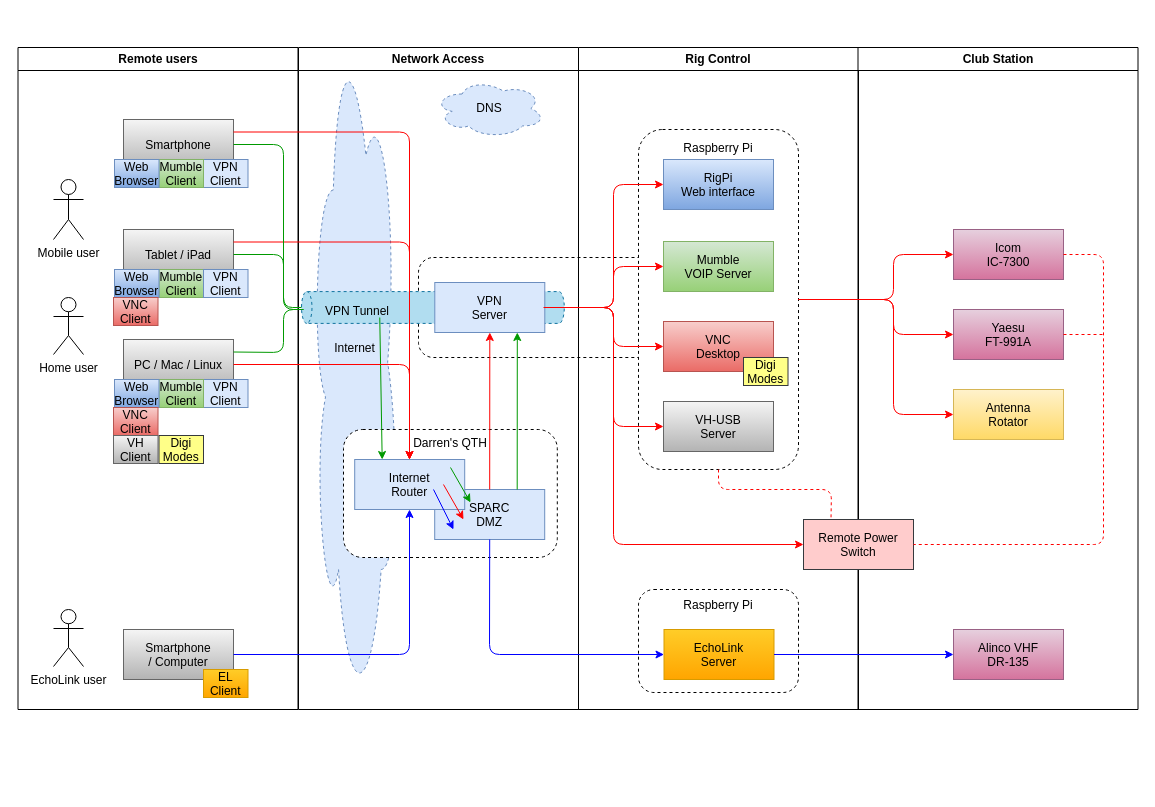
StevPem/SPARC-Club-Station-Remote-Control keeps this draw.io diagram as page "Component model" (2 of 2) of diagrams/SPARC Club Station Remote Control.drawio. Above is the earlier version. Source tidied: cells renumbered, new cells numbered last; positions are measured from the earlier drawing's top-left corner, leaving out a move shared by most shapes. Both pictures are drawn from the tidied source at 100%, with x=0, y=0 at pixel (17, 17).
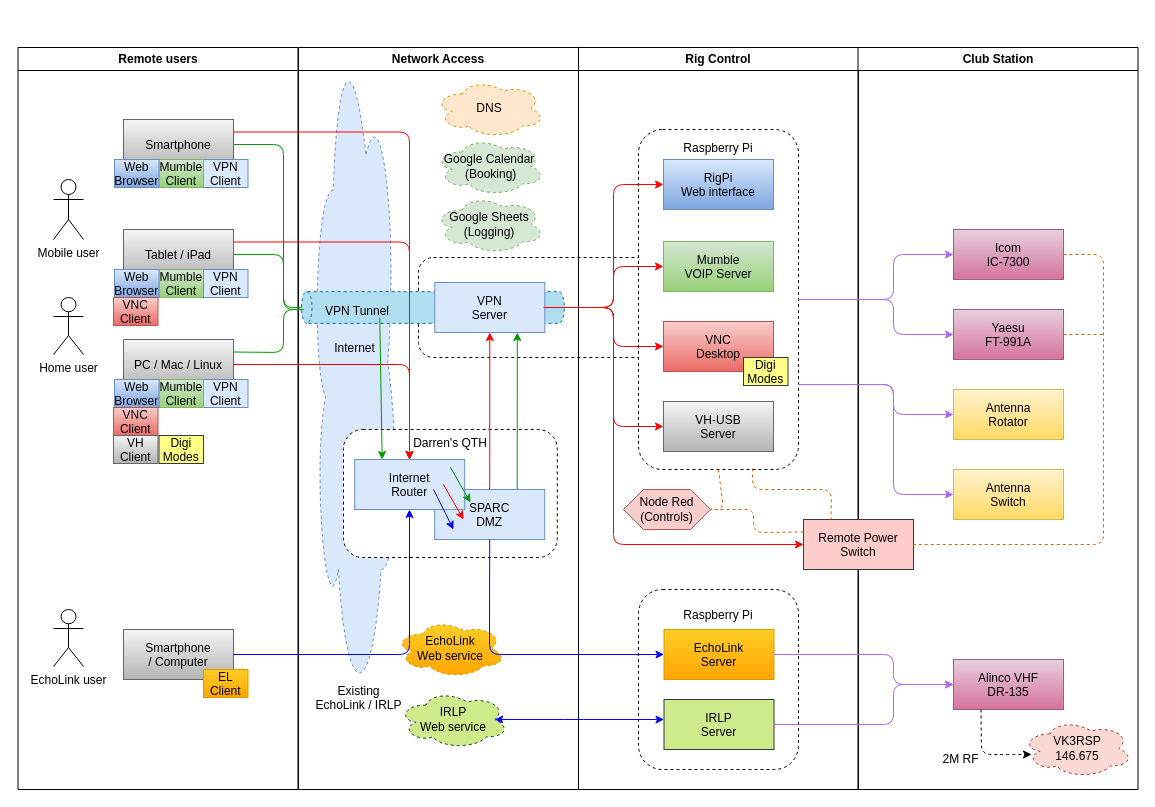
Above is the later version.

Unchanged cells that the change refers to:
```xml
<mxCell id="23" value="EchoLink&#10;Server" style="fillColor=#ffcd28;strokeColor=#d79b00;gradientColor=#ffa500;" parent="22" vertex="1">
  <mxGeometry x="85.5" y="582" width="110" height="50" as="geometry" />
</mxCell>
<mxCell id="25" value="&lt;div&gt;Raspberry Pi&lt;/div&gt;&lt;div&gt;&lt;br&gt;&lt;/div&gt;&lt;div&gt;&lt;br&gt;&lt;/div&gt;&lt;div&gt;&lt;br&gt;&lt;/div&gt;&lt;div&gt;&lt;br&gt;&lt;/div&gt;&lt;div&gt;&lt;br&gt;&lt;/div&gt;&lt;div&gt;&lt;br&gt;&lt;/div&gt;&lt;div&gt;&lt;br&gt;&lt;/div&gt;&lt;div&gt;&lt;br&gt;&lt;/div&gt;&lt;div&gt;&lt;br&gt;&lt;/div&gt;&lt;div&gt;&lt;br&gt;&lt;/div&gt;&lt;div&gt;&lt;br&gt;&lt;/div&gt;&lt;div&gt;&lt;br&gt;&lt;/div&gt;&lt;div&gt;&lt;br&gt;&lt;/div&gt;&lt;div&gt;&lt;br&gt;&lt;/div&gt;&lt;div&gt;&lt;br&gt;&lt;/div&gt;&lt;div&gt;&lt;br&gt;&lt;/div&gt;&lt;div&gt;&lt;br&gt;&lt;/div&gt;&lt;div&gt;&lt;br&gt;&lt;/div&gt;&lt;div&gt;&lt;br&gt;&lt;/div&gt;&lt;div&gt;&lt;br&gt;&lt;/div&gt;&lt;div&gt;&lt;br&gt;&lt;/div&gt;" style="rounded=1;whiteSpace=wrap;html=1;dashed=1;" parent="22" vertex="1">
  <mxGeometry x="60" y="82" width="160" height="340" as="geometry" />
</mxCell>
<mxCell id="33" value="Icom&#10;IC-7300" style="fillColor=#e6d0de;strokeColor=#996185;gradientColor=#d5739d;" parent="31" vertex="1">
  <mxGeometry x="95.5" y="182" width="110" height="50" as="geometry" />
</mxCell>
<mxCell id="34" value="Yaesu&#10;FT-991A" style="fillColor=#e6d0de;strokeColor=#996185;gradientColor=#d5739d;" parent="31" vertex="1">
  <mxGeometry x="95.5" y="262" width="110" height="50" as="geometry" />
</mxCell>
<mxCell id="35" value="Antenna&#10;Rotator" style="fillColor=#fff2cc;strokeColor=#d6b656;gradientColor=#ffd966;" parent="31" vertex="1">
  <mxGeometry x="95.5" y="342" width="110" height="50" as="geometry" />
</mxCell>
<mxCell id="50" value="Remote Power&#10;Switch" style="fillColor=#ffcccc;strokeColor=#36393d;" parent="1" vertex="1">
  <mxGeometry x="786" y="502" width="110" height="50" as="geometry" />
</mxCell>
```

Change to the diagram source:
```diff
@@
-    <mxCell id="2" value="&lt;div&gt;Raspberry Pi&lt;/div&gt;&lt;div&gt;&lt;br&gt;&lt;/div&gt;&lt;div&gt;&lt;br&gt;&lt;/div&gt;&lt;div&gt;&lt;br&gt;&lt;/div&gt;&lt;div&gt;&lt;br&gt;&lt;/div&gt;&lt;div&gt;&lt;br&gt;&lt;/div&gt;" style="rounded=1;whiteSpace=wrap;html=1;dashed=1;" parent="1" vertex="1">
-      <mxGeometry x="621" y="572" width="160" height="103" as="geometry" />
+    <mxCell id="2" value="&lt;div&gt;Raspberry Pi&lt;/div&gt;&lt;div&gt;&lt;br&gt;&lt;/div&gt;&lt;div&gt;&lt;br&gt;&lt;/div&gt;&lt;div&gt;&lt;br&gt;&lt;/div&gt;&lt;div&gt;&lt;br&gt;&lt;/div&gt;&lt;div&gt;&lt;br&gt;&lt;/div&gt;&lt;div&gt;&lt;br&gt;&lt;/div&gt;&lt;div&gt;&lt;br&gt;&lt;/div&gt;&lt;div&gt;&lt;br&gt;&lt;/div&gt;&lt;div&gt;&lt;br&gt;&lt;/div&gt;" style="rounded=1;whiteSpace=wrap;html=1;dashed=1;" parent="1" vertex="1">
+      <mxGeometry x="621" y="572" width="160" height="180" as="geometry" />
     </mxCell>
     <mxCell id="3" value="Remote users" style="swimlane;whiteSpace=wrap;" parent="1" vertex="1">
-      <mxGeometry x="0.5" y="30" width="280" height="662" as="geometry" />
+      <mxGeometry x="0.5" y="30" width="280" height="742" as="geometry" />
     </mxCell>
@@
     <mxCell id="22" value="Rig Control" style="swimlane;whiteSpace=wrap;" parent="1" vertex="1">
-      <mxGeometry x="561" y="30" width="280" height="662" as="geometry" />
+      <mxGeometry x="561" y="30" width="280" height="742" as="geometry" />
     </mxCell>
@@
+    <mxCell id="75" value="&lt;div&gt;Node Red&lt;/div&gt;&lt;div&gt;(Controls)&lt;br&gt;&lt;/div&gt;" style="shape=hexagon;perimeter=hexagonPerimeter2;whiteSpace=wrap;html=1;fixedSize=1;fillColor=#f8cecc;strokeColor=#b85450;" parent="22" vertex="1">
+      <mxGeometry x="45" y="442" width="87" height="40" as="geometry" />
+    </mxCell>
+    <mxCell id="76" style="endArrow=none;endFill=0;rounded=1;dashed=1;entryX=1;entryY=0.5;entryDx=0;entryDy=0;exitX=0.5;exitY=1;exitDx=0;exitDy=0;strokeColor=#CC6600;" parent="22" edge="1" source="25" target="75">
+      <mxGeometry relative="1" as="geometry">
+        <Array as="points">
+          <mxPoint x="145" y="462" />
+        </Array>
+      </mxGeometry>
+    </mxCell>
+    <mxCell id="77" value="IRLP&#10;Server" style="fillColor=#cdeb8b;strokeColor=#36393d;" parent="22" vertex="1">
+      <mxGeometry x="85.5" y="652" width="110" height="50" as="geometry" />
+    </mxCell>
     <mxCell id="31" value="Club Station" style="swimlane;whiteSpace=wrap;" parent="1" vertex="1">
-      <mxGeometry x="840.5" y="30" width="280" height="662" as="geometry" />
+      <mxGeometry x="840.5" y="30" width="280" height="742" as="geometry" />
     </mxCell>
     <mxCell id="32" value="Alinco VHF&#10;DR-135" style="fillColor=#e6d0de;strokeColor=#996185;gradientColor=#d5739d;" parent="31" vertex="1">
-      <mxGeometry x="95.5" y="582" width="110" height="50" as="geometry" />
+      <mxGeometry x="95.5" y="612" width="110" height="50" as="geometry" />
     </mxCell>
@@
-    <mxCell id="36" style="endArrow=none;strokeColor=#FF0000;rounded=1;dashed=1;exitX=1;exitY=0.5;exitDx=0;exitDy=0;endFill=0;" parent="31" edge="1" source="34">
+    <mxCell id="36" style="endArrow=none;strokeColor=#CC6600;rounded=1;dashed=1;exitX=1;exitY=0.5;exitDx=0;exitDy=0;endFill=0;" parent="31" edge="1" source="34">
       <mxGeometry relative="1" as="geometry">
         <mxPoint x="245.5" y="287" as="targetPoint" />
       </mxGeometry>
     </mxCell>
+    <mxCell id="78" value="Antenna&#10;Switch" style="fillColor=#fff2cc;strokeColor=#d6b656;gradientColor=#ffd966;" parent="31" vertex="1">
+      <mxGeometry x="95.5" y="422" width="110" height="50" as="geometry" />
+    </mxCell>
+    <mxCell id="79" value="VK3RSP&lt;br&gt;146.675" style="ellipse;shape=cloud;whiteSpace=wrap;html=1;rotation=0;fillColor=#fad9d5;strokeColor=#ae4132;dashed=1;" parent="31" vertex="1">
+      <mxGeometry x="164.5" y="672" width="110" height="58" as="geometry" />
+    </mxCell>
+    <mxCell id="80" style="endArrow=classic;html=1;entryX=0.082;entryY=0.603;entryDx=0;entryDy=0;exitX=0.25;exitY=1;exitDx=0;exitDy=0;entryPerimeter=0;dashed=1;" parent="31" edge="1" source="32" target="79">
+      <mxGeometry relative="1" as="geometry">
+        <Array as="points">
+          <mxPoint x="123.5" y="707" />
+          <mxPoint x="145.5" y="707" />
+        </Array>
+      </mxGeometry>
+    </mxCell>
+    <mxCell id="81" value="2M RF" style="text;whiteSpace=wrap;html=1;align=center;" parent="31" vertex="1">
+      <mxGeometry x="75.5" y="698" width="54.5" height="28" as="geometry" />
+    </mxCell>
@@
     <mxCell id="38" value="Network Access" style="swimlane;whiteSpace=wrap;" parent="1" vertex="1">
-      <mxGeometry x="281" y="30" width="280" height="662" as="geometry" />
+      <mxGeometry x="281" y="30" width="280" height="742" as="geometry" />
     </mxCell>
@@
-    <mxCell id="47" value="DNS" style="ellipse;shape=cloud;whiteSpace=wrap;html=1;dashed=1;rotation=0;fillColor=#dae8fc;strokeColor=#6c8ebf;" parent="38" vertex="1">
-      <mxGeometry x="136.1" y="32" width="110" height="58" as="geometry" />
+    <mxCell id="47" value="DNS" style="ellipse;shape=cloud;whiteSpace=wrap;html=1;dashed=1;rotation=0;fillColor=#ffe6cc;strokeColor=#d79b00;" parent="38" vertex="1">
+      <mxGeometry x="136.2" y="32" width="110" height="58" as="geometry" />
     </mxCell>
@@
+    <mxCell id="82" value="&lt;div&gt;Google Calendar&lt;br&gt;&lt;/div&gt;&amp;nbsp;(Booking)" style="ellipse;shape=cloud;whiteSpace=wrap;html=1;dashed=1;rotation=0;fillColor=#d5e8d4;strokeColor=#82b366;" parent="38" vertex="1">
+      <mxGeometry x="136.2" y="90" width="110" height="58" as="geometry" />
+    </mxCell>
+    <mxCell id="83" value="&lt;div&gt;Google Sheets&lt;/div&gt;&lt;div&gt;(Logging)&lt;/div&gt;" style="ellipse;shape=cloud;whiteSpace=wrap;html=1;dashed=1;rotation=0;fillColor=#d5e8d4;strokeColor=#82b366;" parent="38" vertex="1">
+      <mxGeometry x="136.2" y="148" width="110" height="58" as="geometry" />
+    </mxCell>
+    <mxCell id="84" value="&lt;div&gt;EchoLink&lt;/div&gt;&lt;div&gt;Web service&lt;br&gt;&lt;/div&gt;" style="ellipse;shape=cloud;whiteSpace=wrap;html=1;rotation=0;fillColor=#ffcd28;strokeColor=#d79b00;gradientColor=#ffa500;dashed=1;" parent="38" vertex="1">
+      <mxGeometry x="96.9" y="572" width="110" height="58" as="geometry" />
+    </mxCell>
+    <mxCell id="85" value="&lt;div&gt;IRLP&lt;/div&gt;&lt;div&gt;Web service&lt;br&gt;&lt;/div&gt;" style="ellipse;shape=cloud;whiteSpace=wrap;html=1;rotation=0;fillColor=#cdeb8b;strokeColor=#36393d;dashed=1;" parent="38" vertex="1">
+      <mxGeometry x="100" y="643" width="110" height="58" as="geometry" />
+    </mxCell>
+    <mxCell id="86" value="&lt;div align=&quot;center&quot;&gt;Existing EchoLink / IRLP&lt;br&gt;&lt;/div&gt;" style="text;whiteSpace=wrap;html=1;align=center;" parent="38" vertex="1">
+      <mxGeometry x="13.1" y="630" width="94.5" height="38" as="geometry" />
+    </mxCell>
@@
-    <mxCell id="52" style="endArrow=none;strokeColor=#FF0000;endFill=0;rounded=1;dashed=1;entryX=0.25;entryY=0;entryDx=0;entryDy=0;exitX=0.5;exitY=1;exitDx=0;exitDy=0;" parent="1" edge="1" source="25" target="50">
+    <mxCell id="52" style="endArrow=none;endFill=0;rounded=1;dashed=1;entryX=0.25;entryY=0;entryDx=0;entryDy=0;exitX=0.713;exitY=0.997;exitDx=0;exitDy=0;strokeColor=#CC6600;exitPerimeter=0;" parent="1" edge="1" source="25" target="50">
       <mxGeometry relative="1" as="geometry">
         <Array as="points">
-          <mxPoint x="701" y="472" />
+          <mxPoint x="735" y="472" />
           <mxPoint x="814" y="472" />
         </Array>
       </mxGeometry>
     </mxCell>
-    <mxCell id="53" style="endArrow=none;strokeColor=#FF0000;rounded=1;exitX=1;exitY=0.5;exitDx=0;exitDy=0;entryX=1;entryY=0.5;entryDx=0;entryDy=0;dashed=1;endFill=0;" parent="1" edge="1" source="33" target="50">
+    <mxCell id="53" style="endArrow=none;strokeColor=#CC6600;rounded=1;exitX=1;exitY=0.5;exitDx=0;exitDy=0;entryX=1;entryY=0.5;entryDx=0;entryDy=0;dashed=1;endFill=0;" parent="1" edge="1" source="33" target="50">
       <mxGeometry relative="1" as="geometry">
         <Array as="points">
           <mxPoint x="1086" y="237" />
           <mxPoint x="1086" y="527" />
         </Array>
       </mxGeometry>
     </mxCell>
-    <mxCell id="54" style="edgeStyle=elbowEdgeStyle;elbow=horizontal;strokeColor=#FF0000;endArrow=classic;rounded=1;entryX=0;entryY=0.5;entryDx=0;entryDy=0;exitX=1;exitY=0.5;exitDx=0;exitDy=0;" parent="1" edge="1" source="25" target="35">
+    <mxCell id="54" style="edgeStyle=elbowEdgeStyle;elbow=horizontal;strokeColor=#B266FF;endArrow=classic;rounded=1;entryX=0;entryY=0.5;entryDx=0;entryDy=0;exitX=1;exitY=0.75;exitDx=0;exitDy=0;" parent="1" edge="1" source="25" target="35">
       <mxGeometry relative="1" as="geometry">
         <Array as="points">
           <mxPoint x="876" y="342" />
           <mxPoint x="556" y="543.6" />
           <mxPoint x="500.5" y="472.6" />
         </Array>
       </mxGeometry>
     </mxCell>
-    <mxCell id="55" style="edgeStyle=elbowEdgeStyle;elbow=horizontal;strokeColor=#FF0000;endArrow=classic;rounded=1;entryX=0;entryY=0.5;entryDx=0;entryDy=0;exitX=1;exitY=0.5;exitDx=0;exitDy=0;" parent="1" edge="1" source="25" target="34">
+    <mxCell id="55" style="edgeStyle=elbowEdgeStyle;elbow=horizontal;strokeColor=#B266FF;endArrow=classic;rounded=1;entryX=0;entryY=0.5;entryDx=0;entryDy=0;exitX=1;exitY=0.5;exitDx=0;exitDy=0;" parent="1" edge="1" source="25" target="34">
       <mxGeometry relative="1" as="geometry">
         <Array as="points">
           <mxPoint x="876" y="307" />
           <mxPoint x="566" y="553.6" />
           <mxPoint x="510.5" y="482.6" />
         </Array>
       </mxGeometry>
     </mxCell>
-    <mxCell id="56" style="edgeStyle=elbowEdgeStyle;elbow=horizontal;strokeColor=#FF0000;endArrow=classic;rounded=1;entryX=0;entryY=0.5;entryDx=0;entryDy=0;exitX=1;exitY=0.5;exitDx=0;exitDy=0;" parent="1" edge="1" source="25" target="33">
+    <mxCell id="56" style="edgeStyle=elbowEdgeStyle;elbow=horizontal;endArrow=classic;rounded=1;entryX=0;entryY=0.5;entryDx=0;entryDy=0;exitX=1;exitY=0.5;exitDx=0;exitDy=0;strokeColor=#B266FF;" parent="1" edge="1" source="25" target="33">
       <mxGeometry relative="1" as="geometry">
         <Array as="points">
           <mxPoint x="876" y="282" />
           <mxPoint x="586" y="573.6" />
           <mxPoint x="530.5" y="502.6" />
         </Array>
       </mxGeometry>
     </mxCell>
-    <mxCell id="57" style="endArrow=classic;html=1;entryX=0;entryY=0.5;entryDx=0;entryDy=0;exitX=1;exitY=0.5;exitDx=0;exitDy=0;strokeColor=#0000FF;" parent="1" edge="1" source="23" target="32">
-      <mxGeometry relative="1" as="geometry" />
+    <mxCell id="57" style="endArrow=classic;html=1;entryX=0;entryY=0.5;entryDx=0;entryDy=0;exitX=1;exitY=0.5;exitDx=0;exitDy=0;strokeColor=#B266FF;" parent="1" edge="1" source="23" target="32">
+      <mxGeometry relative="1" as="geometry">
+        <Array as="points">
+          <mxPoint x="876" y="637" />
+          <mxPoint x="876" y="667" />
+        </Array>
+      </mxGeometry>
     </mxCell>
@@
+    <mxCell id="87" style="endArrow=none;endFill=0;rounded=1;dashed=1;exitX=0;exitY=0.25;exitDx=0;exitDy=0;strokeColor=#CC6600;" parent="1" edge="1" source="50">
+      <mxGeometry relative="1" as="geometry">
+        <mxPoint x="696" y="492" as="targetPoint" />
+        <Array as="points">
+          <mxPoint x="736" y="515" />
+          <mxPoint x="736" y="492" />
+        </Array>
+      </mxGeometry>
+    </mxCell>
+    <mxCell id="88" style="edgeStyle=elbowEdgeStyle;elbow=horizontal;strokeColor=#B266FF;endArrow=classic;rounded=1;entryX=0;entryY=0.5;entryDx=0;entryDy=0;exitX=1;exitY=0.75;exitDx=0;exitDy=0;" parent="1" edge="1" source="25" target="78">
+      <mxGeometry relative="1" as="geometry">
+        <Array as="points">
+          <mxPoint x="876" y="422" />
+          <mxPoint x="566" y="553.6" />
+          <mxPoint x="510.5" y="482.6" />
+        </Array>
+      </mxGeometry>
+    </mxCell>
+    <mxCell id="89" style="endArrow=classic;html=1;entryX=0;entryY=0.5;entryDx=0;entryDy=0;exitX=1;exitY=0.5;exitDx=0;exitDy=0;strokeColor=#B266FF;" parent="1" edge="1" source="77" target="32">
+      <mxGeometry relative="1" as="geometry">
+        <Array as="points">
+          <mxPoint x="876" y="707" />
+          <mxPoint x="876" y="667" />
+        </Array>
+      </mxGeometry>
+    </mxCell>
+    <mxCell id="90" style="edgeStyle=elbowEdgeStyle;elbow=horizontal;strokeColor=#0000FF;endArrow=classic;rounded=1;entryX=0.875;entryY=0.5;entryDx=0;entryDy=0;entryPerimeter=0;startArrow=classic;startFill=1;" parent="1" edge="1" source="77" target="85">
+      <mxGeometry relative="1" as="geometry">
+        <Array as="points">
+          <mxPoint x="556" y="702" />
+          <mxPoint x="196" y="461" />
+          <mxPoint x="140.5" y="390" />
+        </Array>
+      </mxGeometry>
+    </mxCell>
```
